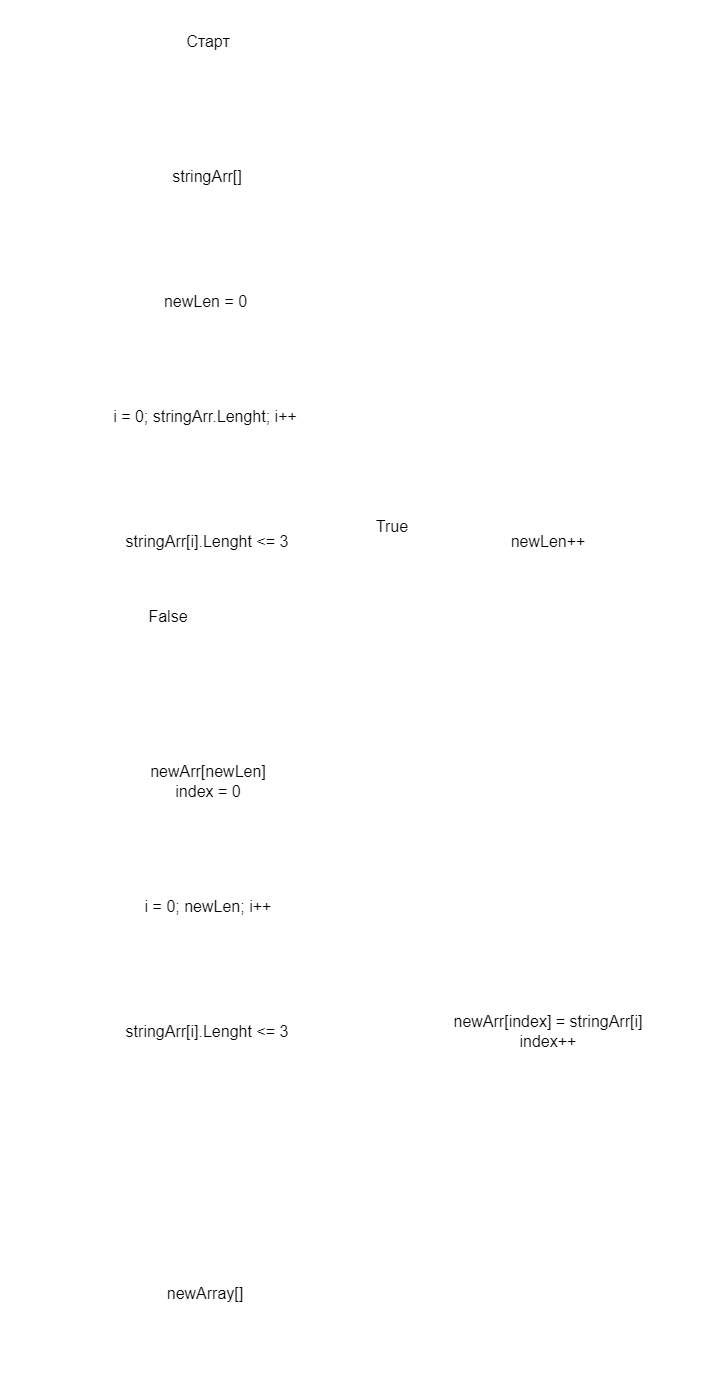
Before: diag.grawio.png, a diagram exported from draw.io (dv-rudnev/FinalTest). Source tidied: cells renumbered, new cells last; positions are measured from the earlier drawing's top-left corner, leaving out a move shared by most shapes.
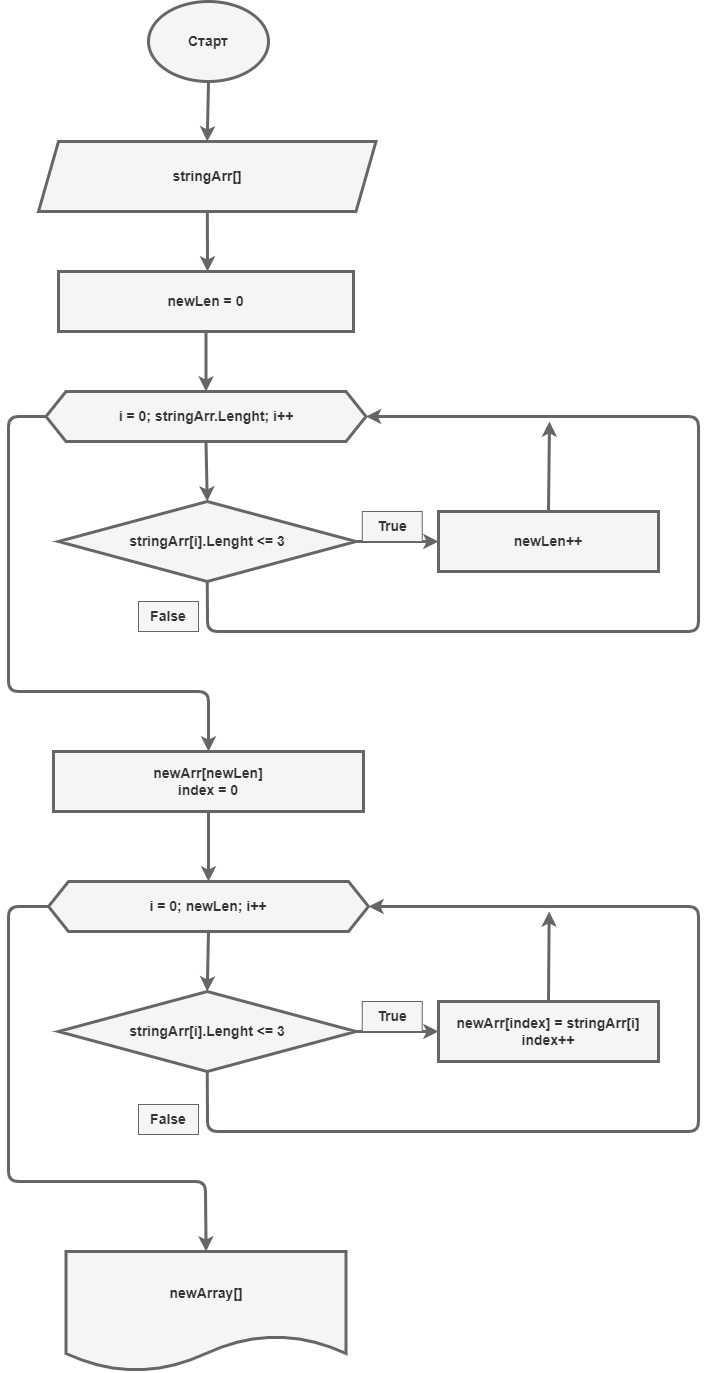
After the change.

Commit message:
Исправил цвета блок-схемы, сделал для светлой темы

What changed in the source:
```diff
@@ -1,31 +1,31 @@
-<mxGraphModel>
+<mxGraphModel background="#ffffff">
   <root>
     <mxCell id="0" />
     <mxCell id="1" parent="0" />
-    <mxCell id="2" style="edgeStyle=none;html=1;exitX=0.5;exitY=1;exitDx=0;exitDy=0;entryX=0.5;entryY=0;entryDx=0;entryDy=0;fontSize=16;strokeColor=#FFFFFF;strokeWidth=3;" parent="1" edge="1" source="3" target="5">
+    <mxCell id="2" style="edgeStyle=none;html=1;exitX=0.5;exitY=1;exitDx=0;exitDy=0;entryX=0.5;entryY=0;entryDx=0;entryDy=0;fontSize=14;strokeColor=#666666;strokeWidth=3;fillColor=#f5f5f5;fontStyle=1;" parent="1" edge="1" source="3" target="5">
       <mxGeometry relative="1" as="geometry" />
     </mxCell>
-    <mxCell id="3" value="&lt;font style=&quot;font-size: 16px&quot;&gt;Старт&lt;/font&gt;" style="ellipse;whiteSpace=wrap;html=1;strokeColor=#FFFFFF;strokeWidth=3;" parent="1" vertex="1">
+    <mxCell id="3" value="&lt;font style=&quot;font-size: 14px;&quot;&gt;Старт&lt;/font&gt;" style="ellipse;whiteSpace=wrap;html=1;strokeColor=#666666;strokeWidth=3;fillColor=#f5f5f5;fontColor=#333333;fontSize=14;fontStyle=1;" parent="1" vertex="1">
       <mxGeometry x="140" width="120" height="80" as="geometry" />
     </mxCell>
-    <mxCell id="4" style="edgeStyle=none;html=1;fontSize=16;strokeColor=#FFFFFF;strokeWidth=3;" parent="1" edge="1" source="5">
+    <mxCell id="4" style="edgeStyle=none;html=1;fontSize=14;strokeColor=#666666;strokeWidth=3;fillColor=#f5f5f5;fontStyle=1;" parent="1" edge="1" source="5">
       <mxGeometry relative="1" as="geometry">
         <mxPoint x="199" y="270" as="targetPoint" />
       </mxGeometry>
     </mxCell>
-    <mxCell id="5" value="stringArr[]&lt;br&gt;" style="shape=parallelogram;perimeter=parallelogramPerimeter;whiteSpace=wrap;html=1;fixedSize=1;fontSize=16;strokeColor=#FFFFFF;strokeWidth=3;" parent="1" vertex="1">
+    <mxCell id="5" value="stringArr[]&lt;br style=&quot;font-size: 14px;&quot;&gt;" style="shape=parallelogram;perimeter=parallelogramPerimeter;whiteSpace=wrap;html=1;fixedSize=1;fontSize=14;strokeColor=#666666;strokeWidth=3;fillColor=#f5f5f5;fontColor=#333333;fontStyle=1;" parent="1" vertex="1">
       <mxGeometry x="30" y="140" width="337.5" height="70" as="geometry" />
     </mxCell>
-    <mxCell id="6" style="edgeStyle=none;html=1;exitX=0.5;exitY=1;exitDx=0;exitDy=0;entryX=0.5;entryY=0;entryDx=0;entryDy=0;fontSize=16;strokeColor=#FFFFFF;strokeWidth=3;" parent="1" edge="1" source="7" target="13">
+    <mxCell id="6" style="edgeStyle=none;html=1;exitX=0.5;exitY=1;exitDx=0;exitDy=0;entryX=0.5;entryY=0;entryDx=0;entryDy=0;fontSize=14;strokeColor=#666666;strokeWidth=3;fillColor=#f5f5f5;fontStyle=1;" parent="1" edge="1" source="7" target="13">
       <mxGeometry relative="1" as="geometry" />
     </mxCell>
-    <mxCell id="7" value="newLen = 0" style="whiteSpace=wrap;html=1;fontSize=16;strokeColor=#FFFFFF;strokeWidth=3;" parent="1" vertex="1">
+    <mxCell id="7" value="newLen = 0" style="whiteSpace=wrap;html=1;fontSize=14;strokeColor=#666666;strokeWidth=3;fillColor=#f5f5f5;fontColor=#333333;fontStyle=1;" parent="1" vertex="1">
       <mxGeometry x="50" y="270" width="295" height="60" as="geometry" />
     </mxCell>
-    <mxCell id="8" style="edgeStyle=none;html=1;exitX=1;exitY=0.5;exitDx=0;exitDy=0;entryX=0;entryY=0.5;entryDx=0;entryDy=0;fontSize=16;strokeColor=#FFFFFF;strokeWidth=3;" parent="1" edge="1" source="10" target="15">
+    <mxCell id="8" style="edgeStyle=none;html=1;exitX=1;exitY=0.5;exitDx=0;exitDy=0;entryX=0;entryY=0.5;entryDx=0;entryDy=0;fontSize=14;strokeColor=#666666;strokeWidth=3;fillColor=#f5f5f5;fontStyle=1;" parent="1" edge="1" source="10" target="15">
       <mxGeometry relative="1" as="geometry" />
     </mxCell>
-    <mxCell id="9" style="edgeStyle=none;html=1;exitX=0.5;exitY=1;exitDx=0;exitDy=0;fontSize=16;strokeColor=#FFFFFF;strokeWidth=3;entryX=1;entryY=0.5;entryDx=0;entryDy=0;" parent="1" edge="1" source="10" target="13">
+    <mxCell id="9" style="edgeStyle=none;html=1;exitX=0.5;exitY=1;exitDx=0;exitDy=0;fontSize=14;strokeColor=#666666;strokeWidth=3;entryX=1;entryY=0.5;entryDx=0;entryDy=0;fillColor=#f5f5f5;fontStyle=1;" parent="1" edge="1" source="10" target="13">
       <mxGeometry relative="1" as="geometry">
         <Array as="points">
           <mxPoint x="199" y="630" />
@@ -34,13 +34,13 @@
         </Array>
       </mxGeometry>
     </mxCell>
-    <mxCell id="10" value="stringArr[i].Lenght &amp;lt;= 3" style="rhombus;whiteSpace=wrap;html=1;fontSize=16;strokeColor=#FFFFFF;strokeWidth=3;" parent="1" vertex="1">
+    <mxCell id="10" value="stringArr[i].Lenght &amp;lt;= 3" style="rhombus;whiteSpace=wrap;html=1;fontSize=14;strokeColor=#666666;strokeWidth=3;fillColor=#f5f5f5;fontColor=#333333;fontStyle=1;" parent="1" vertex="1">
       <mxGeometry x="50" y="500" width="297.5" height="80" as="geometry" />
     </mxCell>
-    <mxCell id="11" style="edgeStyle=none;html=1;exitX=0.5;exitY=1;exitDx=0;exitDy=0;entryX=0.5;entryY=0;entryDx=0;entryDy=0;fontSize=16;strokeColor=#FFFFFF;strokeWidth=3;" parent="1" edge="1" source="13" target="10">
+    <mxCell id="11" style="edgeStyle=none;html=1;exitX=0.5;exitY=1;exitDx=0;exitDy=0;entryX=0.5;entryY=0;entryDx=0;entryDy=0;fontSize=14;strokeColor=#666666;strokeWidth=3;fillColor=#f5f5f5;fontStyle=1;" parent="1" edge="1" source="13" target="10">
       <mxGeometry relative="1" as="geometry" />
     </mxCell>
-    <mxCell id="12" style="edgeStyle=none;html=1;exitX=0;exitY=0.5;exitDx=0;exitDy=0;entryX=0.5;entryY=0;entryDx=0;entryDy=0;fontSize=16;strokeColor=#FFFFFF;strokeWidth=3;" parent="1" edge="1" source="13" target="18">
+    <mxCell id="12" style="edgeStyle=none;html=1;exitX=0;exitY=0.5;exitDx=0;exitDy=0;entryX=0.5;entryY=0;entryDx=0;entryDy=0;fontSize=14;strokeColor=#666666;strokeWidth=3;fillColor=#f5f5f5;fontStyle=1;" parent="1" edge="1" source="13" target="18">
       <mxGeometry relative="1" as="geometry">
         <Array as="points">
           <mxPoint y="415" />
@@ -49,30 +49,30 @@
         </Array>
       </mxGeometry>
     </mxCell>
-    <mxCell id="13" value="&lt;span&gt;i = 0; stringArr.Lenght; i++&lt;/span&gt;" style="shape=hexagon;perimeter=hexagonPerimeter2;whiteSpace=wrap;html=1;fixedSize=1;fontSize=16;strokeColor=#FFFFFF;strokeWidth=3;" parent="1" vertex="1">
+    <mxCell id="13" value="&lt;span style=&quot;font-size: 14px;&quot;&gt;i = 0; stringArr.Lenght; i++&lt;/span&gt;" style="shape=hexagon;perimeter=hexagonPerimeter2;whiteSpace=wrap;html=1;fixedSize=1;fontSize=14;strokeColor=#666666;strokeWidth=3;fillColor=#f5f5f5;fontColor=#333333;fontStyle=1;" parent="1" vertex="1">
       <mxGeometry x="37.5" y="390" width="320" height="50" as="geometry" />
     </mxCell>
-    <mxCell id="14" style="edgeStyle=none;html=1;exitX=0.5;exitY=0;exitDx=0;exitDy=0;fontSize=16;strokeColor=#FFFFFF;strokeWidth=3;" parent="1" edge="1" source="15">
+    <mxCell id="14" style="edgeStyle=none;html=1;exitX=0.5;exitY=0;exitDx=0;exitDy=0;fontSize=14;strokeColor=#666666;strokeWidth=3;fillColor=#f5f5f5;fontStyle=1;" parent="1" edge="1" source="15">
       <mxGeometry relative="1" as="geometry">
         <mxPoint x="541" y="420" as="targetPoint" />
       </mxGeometry>
     </mxCell>
-    <mxCell id="15" value="newLen++" style="rounded=0;whiteSpace=wrap;html=1;fontSize=16;strokeColor=#FFFFFF;strokeWidth=3;" parent="1" vertex="1">
+    <mxCell id="15" value="newLen++" style="rounded=0;whiteSpace=wrap;html=1;fontSize=14;strokeColor=#666666;strokeWidth=3;fillColor=#f5f5f5;fontColor=#333333;fontStyle=1;" parent="1" vertex="1">
       <mxGeometry x="430" y="510" width="220" height="60" as="geometry" />
     </mxCell>
-    <mxCell id="16" value="True" style="text;html=1;strokeColor=none;fillColor=none;align=center;verticalAlign=middle;whiteSpace=wrap;rounded=0;fontSize=16;" parent="1" vertex="1">
+    <mxCell id="16" value="True" style="text;html=1;strokeColor=#666666;fillColor=#f5f5f5;align=center;verticalAlign=middle;whiteSpace=wrap;rounded=0;fontSize=14;fontColor=#333333;fontStyle=1;" parent="1" vertex="1">
       <mxGeometry x="353.8" y="510" width="60" height="30" as="geometry" />
     </mxCell>
-    <mxCell id="17" style="edgeStyle=none;html=1;exitX=0.5;exitY=1;exitDx=0;exitDy=0;fontSize=16;strokeColor=#FFFFFF;strokeWidth=3;entryX=0.5;entryY=0;entryDx=0;entryDy=0;" parent="1" edge="1" source="18" target="21">
+    <mxCell id="17" style="edgeStyle=none;html=1;exitX=0.5;exitY=1;exitDx=0;exitDy=0;fontSize=14;strokeColor=#666666;strokeWidth=3;entryX=0.5;entryY=0;entryDx=0;entryDy=0;fillColor=#f5f5f5;fontStyle=1;" parent="1" edge="1" source="18" target="21">
       <mxGeometry relative="1" as="geometry" />
     </mxCell>
-    <mxCell id="18" value="newArr[newLen]&lt;br&gt;index = 0" style="rounded=0;whiteSpace=wrap;html=1;fontSize=16;strokeColor=#FFFFFF;strokeWidth=3;" parent="1" vertex="1">
+    <mxCell id="18" value="newArr[newLen]&lt;br style=&quot;font-size: 14px;&quot;&gt;index = 0" style="rounded=0;whiteSpace=wrap;html=1;fontSize=14;strokeColor=#666666;strokeWidth=3;fillColor=#f5f5f5;fontColor=#333333;fontStyle=1;" parent="1" vertex="1">
       <mxGeometry x="45" y="750" width="310" height="60" as="geometry" />
     </mxCell>
-    <mxCell id="19" style="edgeStyle=none;html=1;exitX=0.5;exitY=1;exitDx=0;exitDy=0;entryX=0.5;entryY=0;entryDx=0;entryDy=0;fontSize=16;strokeColor=#FFFFFF;strokeWidth=3;" parent="1" edge="1" source="21" target="24">
+    <mxCell id="19" style="edgeStyle=none;html=1;exitX=0.5;exitY=1;exitDx=0;exitDy=0;entryX=0.5;entryY=0;entryDx=0;entryDy=0;fontSize=14;strokeColor=#666666;strokeWidth=3;fillColor=#f5f5f5;fontStyle=1;" parent="1" edge="1" source="21" target="24">
       <mxGeometry relative="1" as="geometry" />
     </mxCell>
-    <mxCell id="20" style="edgeStyle=none;html=1;exitX=0;exitY=0.5;exitDx=0;exitDy=0;entryX=0.5;entryY=0;entryDx=0;entryDy=0;fontSize=16;strokeColor=#FFFFFF;strokeWidth=3;" parent="1" edge="1" source="21" target="28">
+    <mxCell id="20" style="edgeStyle=none;html=1;exitX=0;exitY=0.5;exitDx=0;exitDy=0;entryX=0.5;entryY=0;entryDx=0;entryDy=0;fontSize=14;strokeColor=#666666;strokeWidth=3;fillColor=#f5f5f5;fontStyle=1;" parent="1" edge="1" source="21" target="28">
       <mxGeometry relative="1" as="geometry">
         <Array as="points">
           <mxPoint y="905" />
@@ -81,13 +81,13 @@
         </Array>
       </mxGeometry>
     </mxCell>
-    <mxCell id="21" value="&lt;span&gt;i = 0; newLen; i++&lt;/span&gt;" style="shape=hexagon;perimeter=hexagonPerimeter2;whiteSpace=wrap;html=1;fixedSize=1;fontSize=16;strokeColor=#FFFFFF;strokeWidth=3;" parent="1" vertex="1">
+    <mxCell id="21" value="&lt;span style=&quot;font-size: 14px;&quot;&gt;i = 0; newLen; i++&lt;/span&gt;" style="shape=hexagon;perimeter=hexagonPerimeter2;whiteSpace=wrap;html=1;fixedSize=1;fontSize=14;strokeColor=#666666;strokeWidth=3;fillColor=#f5f5f5;fontColor=#333333;fontStyle=1;" parent="1" vertex="1">
       <mxGeometry x="40" y="880" width="320" height="50" as="geometry" />
     </mxCell>
-    <mxCell id="22" style="edgeStyle=none;html=1;exitX=1;exitY=0.5;exitDx=0;exitDy=0;entryX=0;entryY=0.5;entryDx=0;entryDy=0;fontSize=16;strokeColor=#FFFFFF;strokeWidth=3;" parent="1" edge="1" source="24" target="26">
+    <mxCell id="22" style="edgeStyle=none;html=1;exitX=1;exitY=0.5;exitDx=0;exitDy=0;entryX=0;entryY=0.5;entryDx=0;entryDy=0;fontSize=14;strokeColor=#666666;strokeWidth=3;fillColor=#f5f5f5;fontStyle=1;" parent="1" edge="1" source="24" target="26">
       <mxGeometry relative="1" as="geometry" />
     </mxCell>
-    <mxCell id="23" style="edgeStyle=none;html=1;exitX=0.5;exitY=1;exitDx=0;exitDy=0;fontSize=16;strokeColor=#FFFFFF;strokeWidth=3;entryX=1;entryY=0.5;entryDx=0;entryDy=0;" parent="1" edge="1" source="24" target="21">
+    <mxCell id="23" style="edgeStyle=none;html=1;exitX=0.5;exitY=1;exitDx=0;exitDy=0;fontSize=14;strokeColor=#666666;strokeWidth=3;entryX=1;entryY=0.5;entryDx=0;entryDy=0;fillColor=#f5f5f5;fontStyle=1;" parent="1" edge="1" source="24" target="21">
       <mxGeometry relative="1" as="geometry">
         <Array as="points">
           <mxPoint x="199" y="1130" />
@@ -97,27 +97,27 @@
         </Array>
       </mxGeometry>
     </mxCell>
-    <mxCell id="24" value="stringArr[i].Lenght &amp;lt;= 3" style="rhombus;whiteSpace=wrap;html=1;fontSize=16;strokeColor=#FFFFFF;strokeWidth=3;" parent="1" vertex="1">
+    <mxCell id="24" value="stringArr[i].Lenght &amp;lt;= 3" style="rhombus;whiteSpace=wrap;html=1;fontSize=14;strokeColor=#666666;strokeWidth=3;fillColor=#f5f5f5;fontColor=#333333;fontStyle=1;" parent="1" vertex="1">
       <mxGeometry x="50" y="990" width="297.5" height="80" as="geometry" />
     </mxCell>
-    <mxCell id="25" style="edgeStyle=none;html=1;exitX=0.5;exitY=0;exitDx=0;exitDy=0;fontSize=16;strokeColor=#FFFFFF;strokeWidth=3;" parent="1" edge="1" source="26">
+    <mxCell id="25" style="edgeStyle=none;html=1;exitX=0.5;exitY=0;exitDx=0;exitDy=0;fontSize=14;strokeColor=#666666;strokeWidth=3;fillColor=#f5f5f5;fontStyle=1;" parent="1" edge="1" source="26">
       <mxGeometry relative="1" as="geometry">
         <mxPoint x="540.7" y="910" as="targetPoint" />
       </mxGeometry>
     </mxCell>
-    <mxCell id="26" value="newArr[index] = stringArr[i]&lt;br&gt;index++" style="rounded=0;whiteSpace=wrap;html=1;fontSize=16;strokeColor=#FFFFFF;strokeWidth=3;" parent="1" vertex="1">
+    <mxCell id="26" value="newArr[index] = stringArr[i]&lt;br style=&quot;font-size: 14px;&quot;&gt;index++" style="rounded=0;whiteSpace=wrap;html=1;fontSize=14;strokeColor=#666666;strokeWidth=3;fillColor=#f5f5f5;fontColor=#333333;fontStyle=1;" parent="1" vertex="1">
       <mxGeometry x="430" y="1000" width="220" height="60" as="geometry" />
     </mxCell>
-    <mxCell id="27" value="False" style="text;html=1;strokeColor=none;fillColor=none;align=center;verticalAlign=middle;whiteSpace=wrap;rounded=0;fontSize=16;" parent="1" vertex="1">
+    <mxCell id="27" value="False" style="text;html=1;strokeColor=#666666;fillColor=#f5f5f5;align=center;verticalAlign=middle;whiteSpace=wrap;rounded=0;fontSize=14;fontColor=#333333;fontStyle=1;" parent="1" vertex="1">
       <mxGeometry x="130" y="600" width="60" height="30" as="geometry" />
     </mxCell>
-    <mxCell id="28" value="newArray[]" style="shape=document;whiteSpace=wrap;html=1;boundedLbl=1;fontSize=16;strokeColor=#FFFFFF;strokeWidth=3;" parent="1" vertex="1">
+    <mxCell id="28" value="newArray[]" style="shape=document;whiteSpace=wrap;html=1;boundedLbl=1;fontSize=14;strokeColor=#666666;strokeWidth=3;fillColor=#f5f5f5;fontColor=#333333;fontStyle=1;" parent="1" vertex="1">
       <mxGeometry x="57.5" y="1250" width="280" height="120" as="geometry" />
     </mxCell>
-    <mxCell id="29" value="False" style="text;html=1;strokeColor=none;fillColor=none;align=center;verticalAlign=middle;whiteSpace=wrap;rounded=0;fontSize=16;fontColor=#FFFFFF;" parent="1" vertex="1">
+    <mxCell id="29" value="False" style="text;html=1;strokeColor=#666666;fillColor=#f5f5f5;align=center;verticalAlign=middle;whiteSpace=wrap;rounded=0;fontSize=14;fontColor=#333333;fontStyle=1;" parent="1" vertex="1">
       <mxGeometry x="130" y="1103" width="60" height="30" as="geometry" />
     </mxCell>
-    <mxCell id="30" value="True" style="text;html=1;strokeColor=none;fillColor=none;align=center;verticalAlign=middle;whiteSpace=wrap;rounded=0;fontSize=16;fontColor=#FFFFFF;" parent="1" vertex="1">
+    <mxCell id="30" value="True" style="text;html=1;strokeColor=#666666;fillColor=#f5f5f5;align=center;verticalAlign=middle;whiteSpace=wrap;rounded=0;fontSize=14;fontColor=#333333;fontStyle=1;" parent="1" vertex="1">
       <mxGeometry x="353.8" y="1000" width="60" height="30" as="geometry" />
     </mxCell>
   </root>
```
